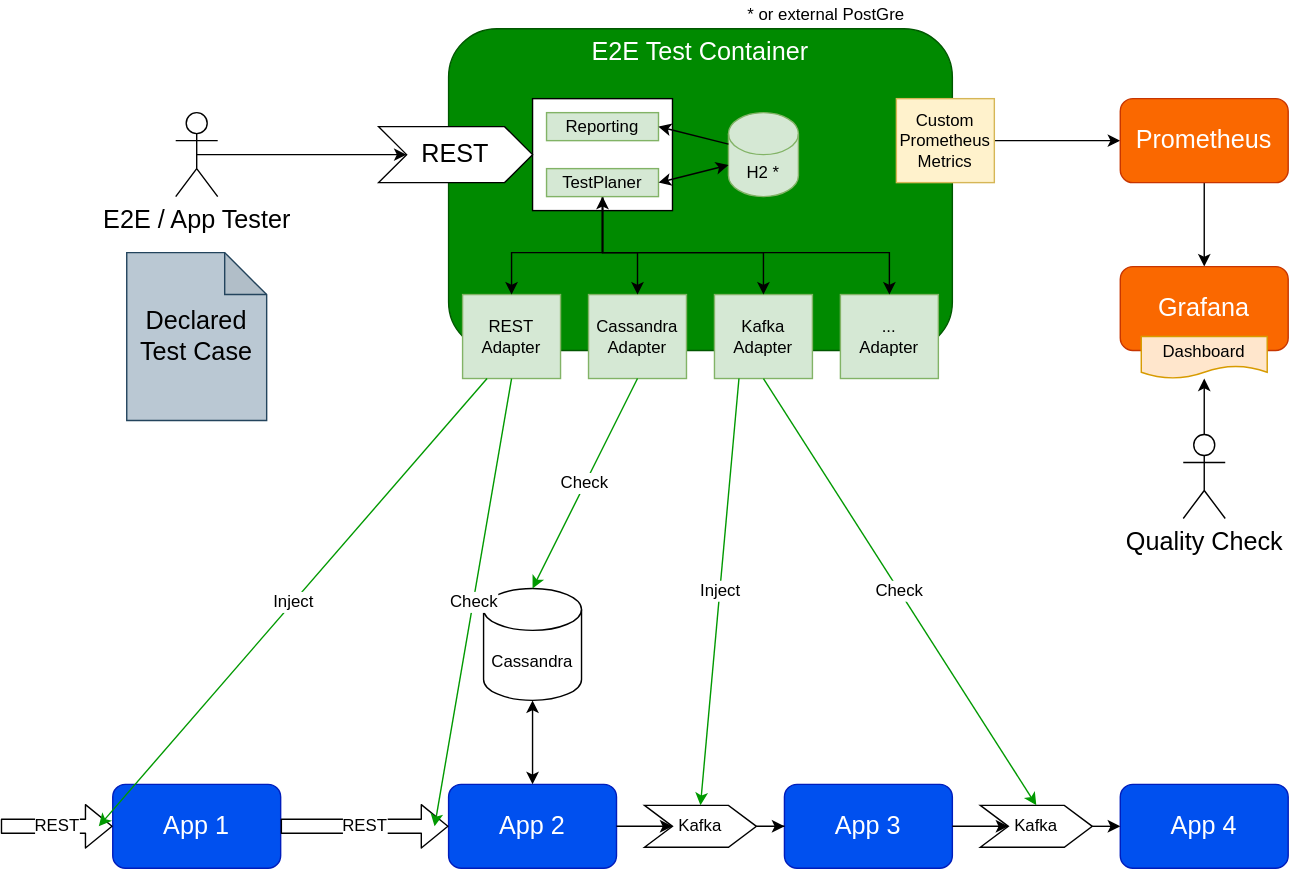
Before: architecture/ota.drawio.svg, a diagram exported from draw.io (opentestingapi/impl_java). Source tidied: cells renumbered, new cells last; positions are measured from the earlier drawing's top-left corner, leaving out a move shared by most shapes.
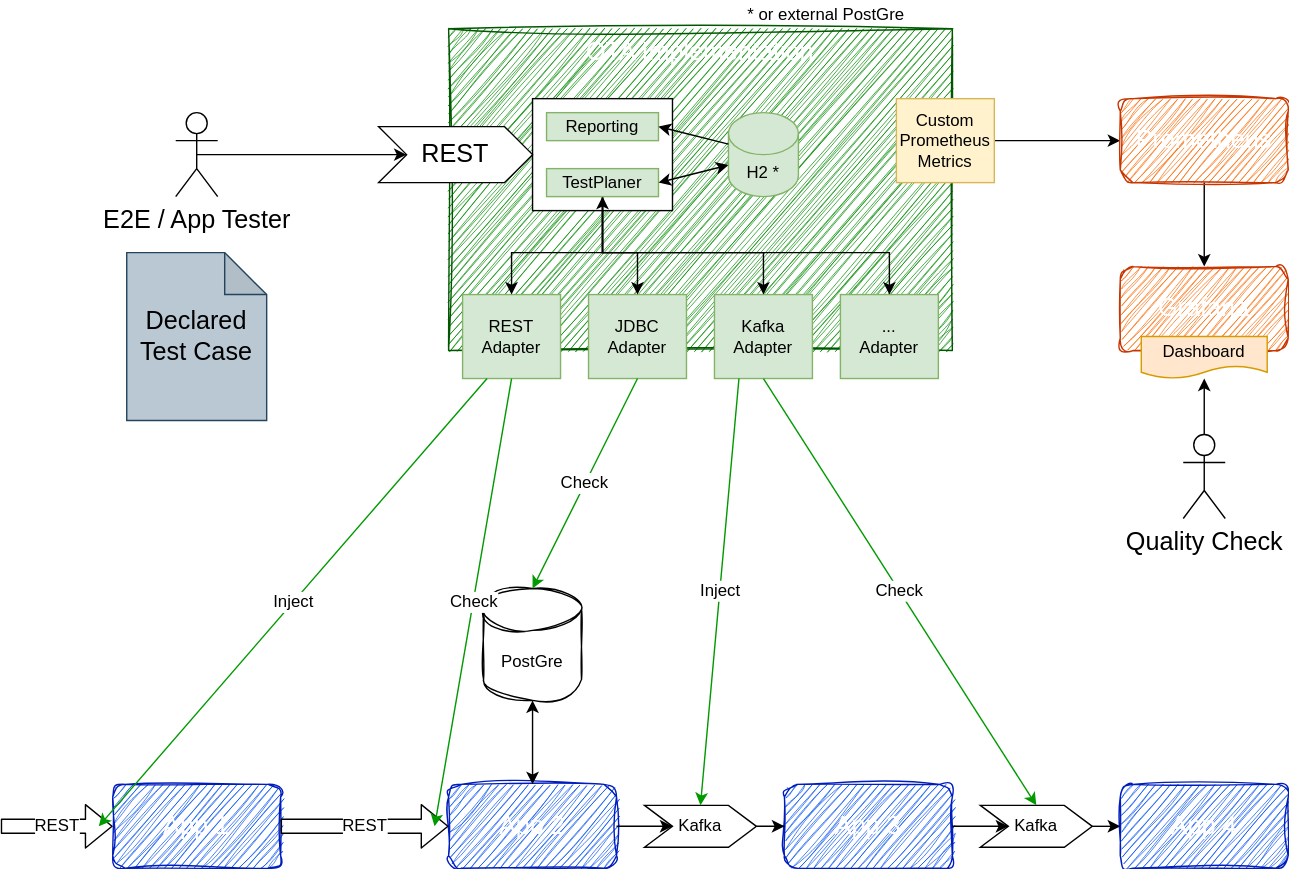
After the change.

Change to the diagram source:
```diff
@@ -2,22 +2,22 @@
   <root>
     <mxCell id="0" />
     <mxCell id="1" parent="0" />
-    <mxCell id="2" value="E2E Test Container" style="rounded=1;whiteSpace=wrap;html=1;fontSize=18;fillColor=#008a00;strokeColor=#005700;fontColor=#ffffff;verticalAlign=top;" parent="1" vertex="1">
+    <mxCell id="2" value="OTA Implementation" style="rounded=0;whiteSpace=wrap;html=1;fontSize=18;fillColor=#008a00;strokeColor=#005700;fontColor=#ffffff;verticalAlign=top;sketch=1;curveFitting=1;jiggle=2;shadow=0;glass=0;" parent="1" vertex="1">
       <mxGeometry x="320" y="20" width="360" height="230" as="geometry" />
     </mxCell>
     <mxCell id="3" style="rounded=0;whiteSpace=wrap;html=1;fontSize=12;" parent="1" vertex="1">
       <mxGeometry x="380" y="70" width="100" height="80" as="geometry" />
     </mxCell>
-    <mxCell id="4" value="App 3" style="rounded=1;whiteSpace=wrap;html=1;fillColor=#0050ef;strokeColor=#001DBC;fontColor=#ffffff;fontSize=18;" parent="1" vertex="1">
+    <mxCell id="4" value="App 3" style="rounded=1;whiteSpace=wrap;html=1;fillColor=#0050ef;strokeColor=#001DBC;fontColor=#ffffff;fontSize=18;sketch=1;curveFitting=1;jiggle=2;" parent="1" vertex="1">
       <mxGeometry x="560" y="560" width="120" height="60" as="geometry" />
     </mxCell>
-    <mxCell id="5" value="App 1" style="rounded=1;whiteSpace=wrap;html=1;fillColor=#0050ef;strokeColor=#001DBC;fontColor=#ffffff;fontSize=18;" parent="1" vertex="1">
+    <mxCell id="5" value="App 1" style="rounded=1;whiteSpace=wrap;html=1;fillColor=#0050ef;strokeColor=#001DBC;fontColor=#ffffff;fontSize=18;sketch=1;curveFitting=1;jiggle=2;" parent="1" vertex="1">
       <mxGeometry x="80" y="560" width="120" height="60" as="geometry" />
     </mxCell>
-    <mxCell id="6" value="App 2" style="rounded=1;whiteSpace=wrap;html=1;fillColor=#0050ef;strokeColor=#001DBC;fontColor=#ffffff;fontSize=18;" parent="1" vertex="1">
+    <mxCell id="6" value="App 2" style="rounded=1;whiteSpace=wrap;html=1;fillColor=#0050ef;strokeColor=#001DBC;fontColor=#ffffff;fontSize=18;sketch=1;curveFitting=1;jiggle=2;" parent="1" vertex="1">
       <mxGeometry x="320" y="560" width="120" height="60" as="geometry" />
     </mxCell>
-    <mxCell id="7" value="App 4" style="rounded=1;whiteSpace=wrap;html=1;fillColor=#0050ef;strokeColor=#001DBC;fontColor=#ffffff;fontSize=18;" parent="1" vertex="1">
+    <mxCell id="7" value="App 4" style="rounded=1;whiteSpace=wrap;html=1;fillColor=#0050ef;strokeColor=#001DBC;fontColor=#ffffff;fontSize=18;sketch=1;curveFitting=1;jiggle=2;" parent="1" vertex="1">
       <mxGeometry x="800" y="560" width="120" height="60" as="geometry" />
     </mxCell>
     <mxCell id="8" style="edgeStyle=orthogonalEdgeStyle;rounded=0;jettySize=auto;html=1;exitX=0.5;exitY=0.5;exitDx=0;exitDy=0;exitPerimeter=0;entryX=0;entryY=0.5;entryDx=0;entryDy=0;fontSize=18;" parent="1" edge="1" source="9" target="10">
@@ -35,7 +35,7 @@
     <mxCell id="12" value="REST Adapter" style="rounded=0;whiteSpace=wrap;html=1;fontSize=12;fillColor=#d5e8d4;strokeColor=#82b366;fontColor=#000000;" parent="1" vertex="1">
       <mxGeometry x="330" y="210" width="70" height="60" as="geometry" />
     </mxCell>
-    <mxCell id="13" value="Cassandra Adapter" style="rounded=0;whiteSpace=wrap;html=1;fontSize=12;fillColor=#d5e8d4;strokeColor=#82b366;fontColor=#000000;" parent="1" vertex="1">
+    <mxCell id="13" value="JDBC Adapter" style="rounded=0;whiteSpace=wrap;html=1;fontSize=12;fillColor=#d5e8d4;strokeColor=#82b366;fontColor=#000000;" parent="1" vertex="1">
       <mxGeometry x="420" y="210" width="70" height="60" as="geometry" />
     </mxCell>
     <mxCell id="14" value="Kafka Adapter" style="rounded=0;whiteSpace=wrap;html=1;fontSize=12;fillColor=#d5e8d4;strokeColor=#82b366;fontColor=#000000;" parent="1" vertex="1">
@@ -44,7 +44,7 @@
     <mxCell id="15" value="... &lt;br&gt;Adapter" style="rounded=0;whiteSpace=wrap;html=1;fontSize=12;fillColor=#d5e8d4;strokeColor=#82b366;fontColor=#000000;" parent="1" vertex="1">
       <mxGeometry x="600" y="210" width="70" height="60" as="geometry" />
     </mxCell>
-    <mxCell id="16" value="Cassandra" style="shape=cylinder3;whiteSpace=wrap;html=1;boundedLbl=1;backgroundOutline=1;size=15;fontSize=12;" parent="1" vertex="1">
+    <mxCell id="16" value="PostGre" style="shape=cylinder3;whiteSpace=wrap;html=1;boundedLbl=1;backgroundOutline=1;size=15;fontSize=12;sketch=1;curveFitting=1;jiggle=2;" parent="1" vertex="1">
       <mxGeometry x="345" y="420" width="70" height="80" as="geometry" />
     </mxCell>
     <mxCell id="17" value="REST" style="shape=flexArrow;endArrow=classic;html=1;fontSize=12;entryX=0;entryY=0.5;entryDx=0;entryDy=0;" parent="1" edge="1" target="5">
@@ -106,10 +106,10 @@
     <mxCell id="33" style="edgeStyle=orthogonalEdgeStyle;rounded=0;jettySize=auto;html=1;entryX=0.5;entryY=0;entryDx=0;entryDy=0;strokeColor=#000000;fontSize=18;" parent="1" edge="1" source="34" target="35">
       <mxGeometry relative="1" as="geometry" />
     </mxCell>
-    <mxCell id="34" value="Prometheus" style="rounded=1;whiteSpace=wrap;html=1;fontSize=18;fillColor=#fa6800;strokeColor=#C73500;fontColor=#ffffff;" parent="1" vertex="1">
+    <mxCell id="34" value="Prometheus" style="rounded=1;whiteSpace=wrap;html=1;fontSize=18;fillColor=#fa6800;strokeColor=#C73500;fontColor=#ffffff;sketch=1;curveFitting=1;jiggle=2;" parent="1" vertex="1">
       <mxGeometry x="800" y="70" width="120" height="60" as="geometry" />
     </mxCell>
-    <mxCell id="35" value="Grafana" style="rounded=1;whiteSpace=wrap;html=1;fontSize=18;fillColor=#fa6800;strokeColor=#C73500;fontColor=#ffffff;" parent="1" vertex="1">
+    <mxCell id="35" value="Grafana" style="rounded=1;whiteSpace=wrap;html=1;fontSize=18;fillColor=#fa6800;strokeColor=#C73500;fontColor=#ffffff;sketch=1;curveFitting=1;jiggle=2;" parent="1" vertex="1">
       <mxGeometry x="800" y="190" width="120" height="60" as="geometry" />
     </mxCell>
     <mxCell id="36" style="edgeStyle=orthogonalEdgeStyle;rounded=0;jettySize=auto;html=1;strokeColor=#000000;fontSize=12;" parent="1" edge="1" source="37" target="38">
```
